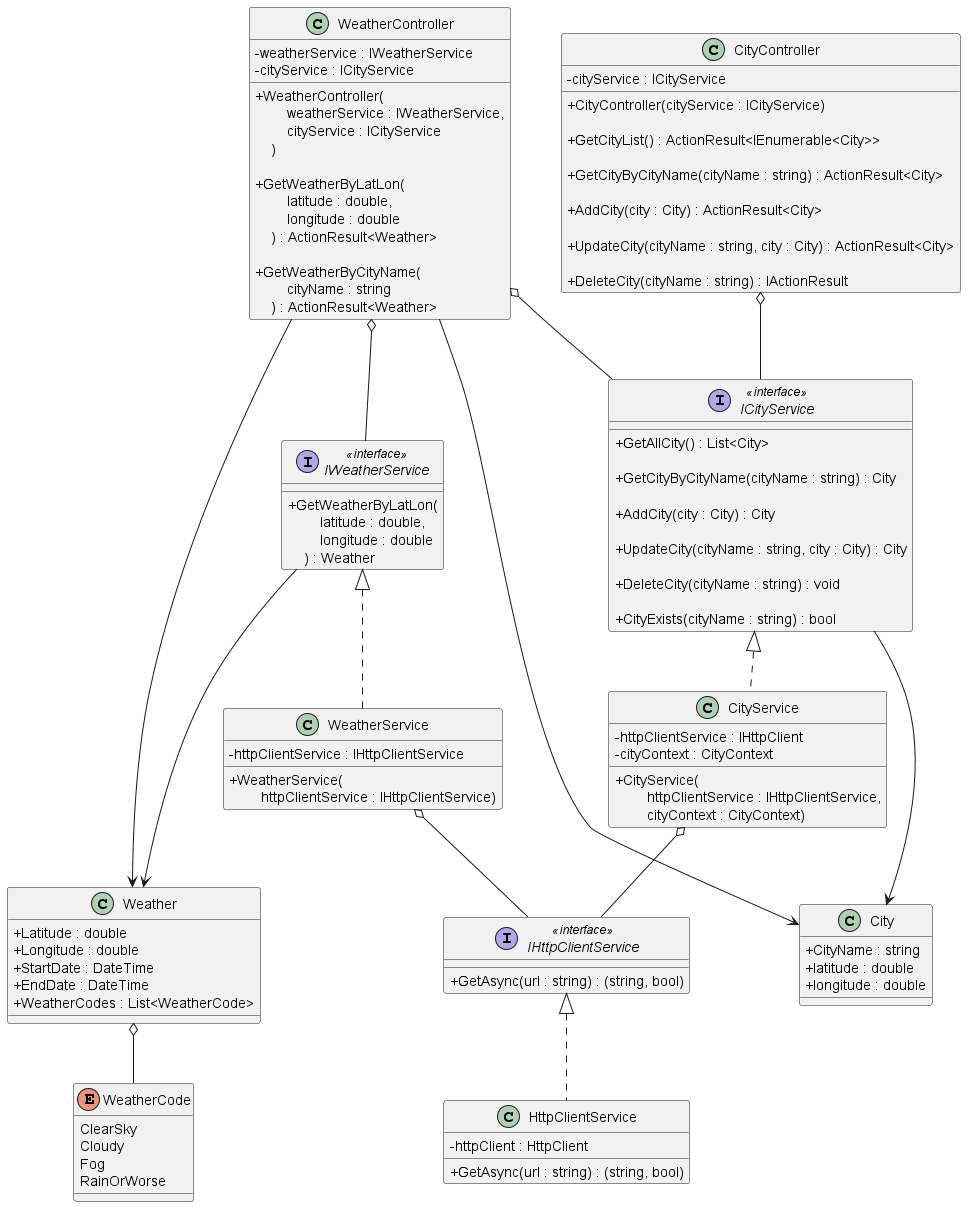
Earlier version of the PlantUML export diagrams/UML/WeatherAPI.png (vkammili5/weather-api).
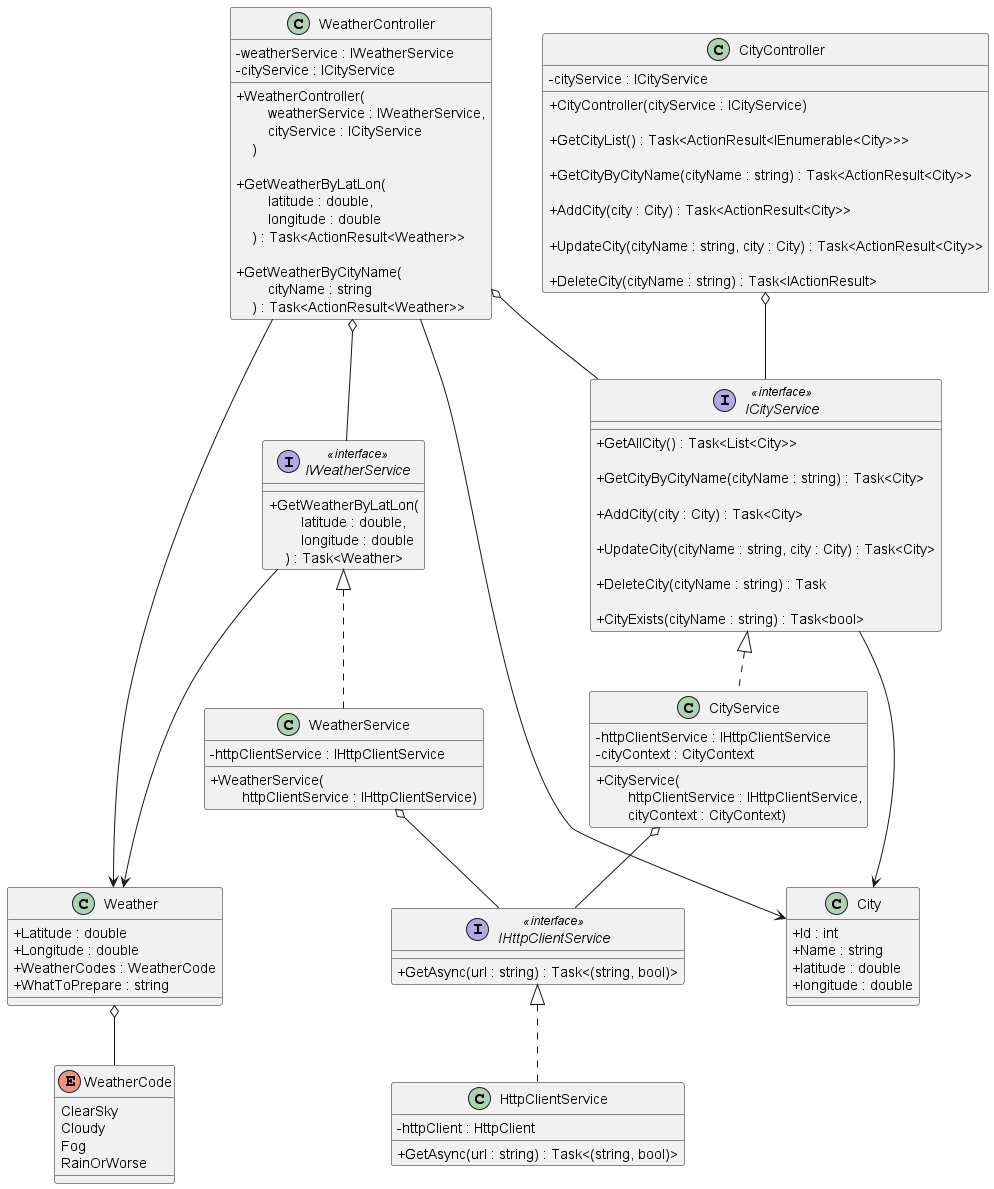
Above is the later version.

Commit message:
UML: update Weather class for one day weathercode model, add Task as return type for async methods

Change to the diagram source:
```diff
@@ -6,40 +6,41 @@
 
     + CityController(cityService : ICityService)
 
-    + GetCityList() : ActionResult<IEnumerable<City>>
+    + GetCityList() : Task<ActionResult<IEnumerable<City>>>
 
-    + GetCityByCityName(cityName : string) : ActionResult<City>
+    + GetCityByCityName(cityName : string) : Task<ActionResult<City>>
 
-    + AddCity(city : City) : ActionResult<City>
+    + AddCity(city : City) : Task<ActionResult<City>>
 
-    + UpdateCity(cityName : string, city : City) : ActionResult<City>
+    + UpdateCity(cityName : string, city : City) : Task<ActionResult<City>>
 
-    + DeleteCity(cityName : string) : IActionResult
+    + DeleteCity(cityName : string) : Task<IActionResult>
 }
 
 interface ICityService <<interface>> {
-    + GetAllCity() : List<City>
+    + GetAllCity() : Task<List<City>>
 
-    + GetCityByCityName(cityName : string) : City
+    + GetCityByCityName(cityName : string) : Task<City>
 
-    + AddCity(city : City) : City
+    + AddCity(city : City) : Task<City>
 
-    + UpdateCity(cityName : string, city : City) : City
+    + UpdateCity(cityName : string, city : City) : Task<City>
 
-    + DeleteCity(cityName : string) : void
+    + DeleteCity(cityName : string) : Task
 
-    + CityExists(cityName : string) : bool
+    + CityExists(cityName : string) : Task<bool>
 }
 
 class CityService {
-    - httpClientService : IHttpClient
+    - httpClientService : IHttpClientService
     - cityContext : CityContext
 
     + CityService(\n        httpClientService : IHttpClientService,\n        cityContext : CityContext)
 }
 
 class City {
-    + CityName : string
+    + Id : int
+    + Name : string
     + latitude : double
     + longitude : double
 }
@@ -50,13 +51,13 @@
 
     + WeatherController(\n        weatherService : IWeatherService,\n        cityService : ICityService\n    )
 
-    + GetWeatherByLatLon(\n        latitude : double, \n        longitude : double\n    ) : ActionResult<Weather>
+    + GetWeatherByLatLon(\n        latitude : double, \n        longitude : double\n    ) : Task<ActionResult<Weather>>
 
-    + GetWeatherByCityName(\n        cityName : string\n    ) : ActionResult<Weather>
+    + GetWeatherByCityName(\n        cityName : string\n    ) : Task<ActionResult<Weather>>
 }
 
 interface IWeatherService <<interface>> {
-    + GetWeatherByLatLon(\n        latitude : double, \n        longitude : double\n    ) : Weather
+    + GetWeatherByLatLon(\n        latitude : double, \n        longitude : double\n    ) : Task<Weather>
 }
 
 class WeatherService {
@@ -68,9 +69,8 @@
 class Weather {
     + Latitude : double
     + Longitude : double
-    + StartDate : DateTime
-    + EndDate : DateTime
-    + WeatherCodes : List<WeatherCode>
+    + WeatherCodes : WeatherCode
+    + WhatToPrepare : string
 }
 
 Enum WeatherCode {
@@ -81,13 +81,13 @@
 }
 
 interface IHttpClientService <<interface>> {
-    + GetAsync(url : string) : (string, bool)
+    + GetAsync(url : string) : Task<(string, bool)>
 }
 
 class HttpClientService {
     - httpClient : HttpClient
 
-	+ GetAsync(url : string) : (string, bool)
+	+ GetAsync(url : string) : Task<(string, bool)>
 }
 
 CityController o-- ICityService
```
